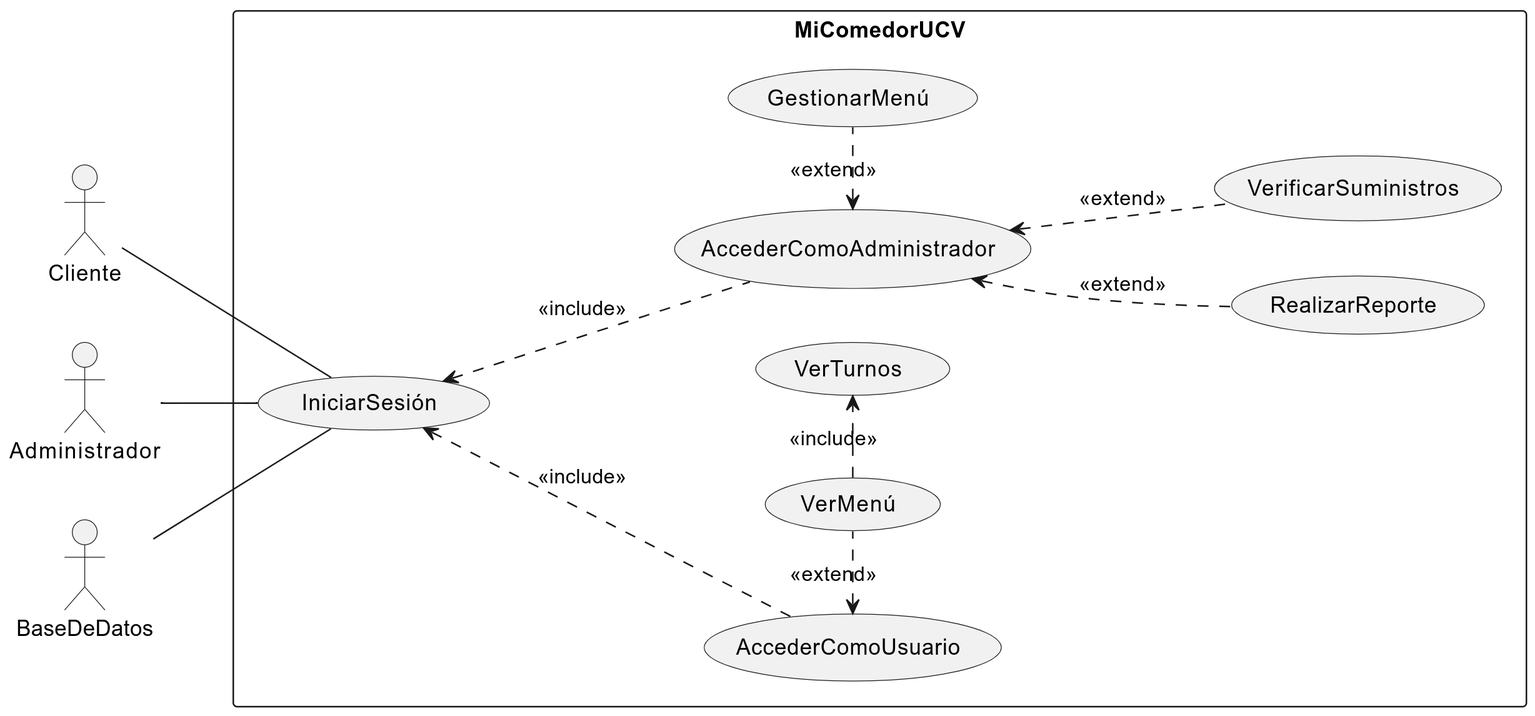
This is docs/02-requeriments-discipline/Requirements Discipline - Uses Cases Diagram.png from druxorey/ucv-proyecto-cacerola, a PlantUML export, as it was before one commit. Its source is kept beside it as docs/02-requeriments-discipline/Requirements Discipline - Uses Cases Diagram.plantuml.
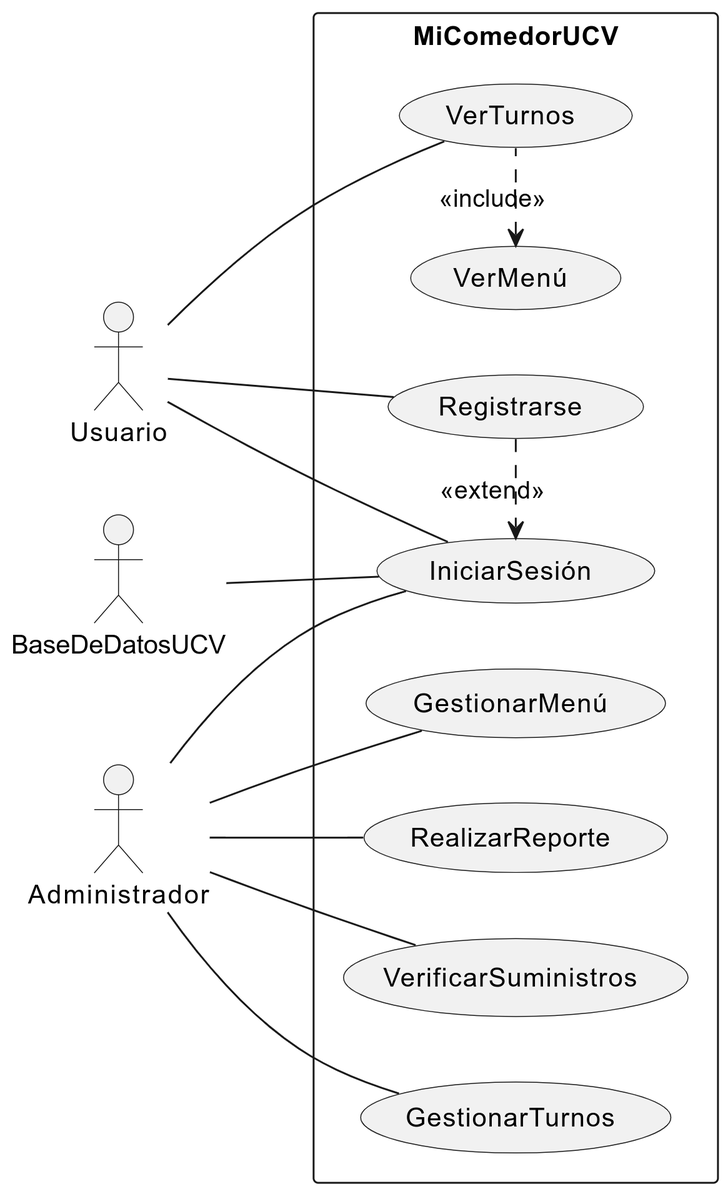
Above is the later version.

Commit message:
feat(requeriments-discipline): refine connections in use case diagram

What changed in the source:
```diff
@@ -1,9 +1,9 @@
-@startuml Requeriments
+@startuml use-cases
 left to right direction
 
-:Cliente:
+:Usuario:
+:BaseDeDatosUCV:
 :Administrador:
-:BaseDeDatos:
 
 rectangle "MiComedorUCV" {
 	usecase IniciarSesión
@@ -12,22 +12,24 @@
 	usecase VerTurnos
 	usecase RealizarReporte
 	usecase VerificarSuministros
-	usecase AccederComoUsuario
-	usecase AccederComoAdministrador
+	usecase Registrarse
+	usecase GestionarTurnos
 }
 
+
+Usuario -- VerTurnos
+VerMenú <. VerTurnos : <<include>>
+
+Registrarse .> IniciarSesión : <<extend>>
+Usuario -- Registrarse
+
+Usuario -- IniciarSesión
+BaseDeDatosUCV -- IniciarSesión
 Administrador -- IniciarSesión
-Cliente -- IniciarSesión
-BaseDeDatos -- IniciarSesión
 
-IniciarSesión <.. AccederComoAdministrador : <<include>>
-IniciarSesión <.. AccederComoUsuario : <<include>>
-AccederComoUsuario <. VerMenú : <<extend>>
-VerMenú .> VerTurnos : <<include>>
-
-AccederComoAdministrador <.. RealizarReporte : <<extend>>
-AccederComoAdministrador <.. VerificarSuministros : <<extend>>
-AccederComoAdministrador <. GestionarMenú : <<extend>>
-
+Administrador -- RealizarReporte
+Administrador -- VerificarSuministros
+Administrador -- GestionarMenú
+Administrador -- GestionarTurnos
 
 @enduml
```
